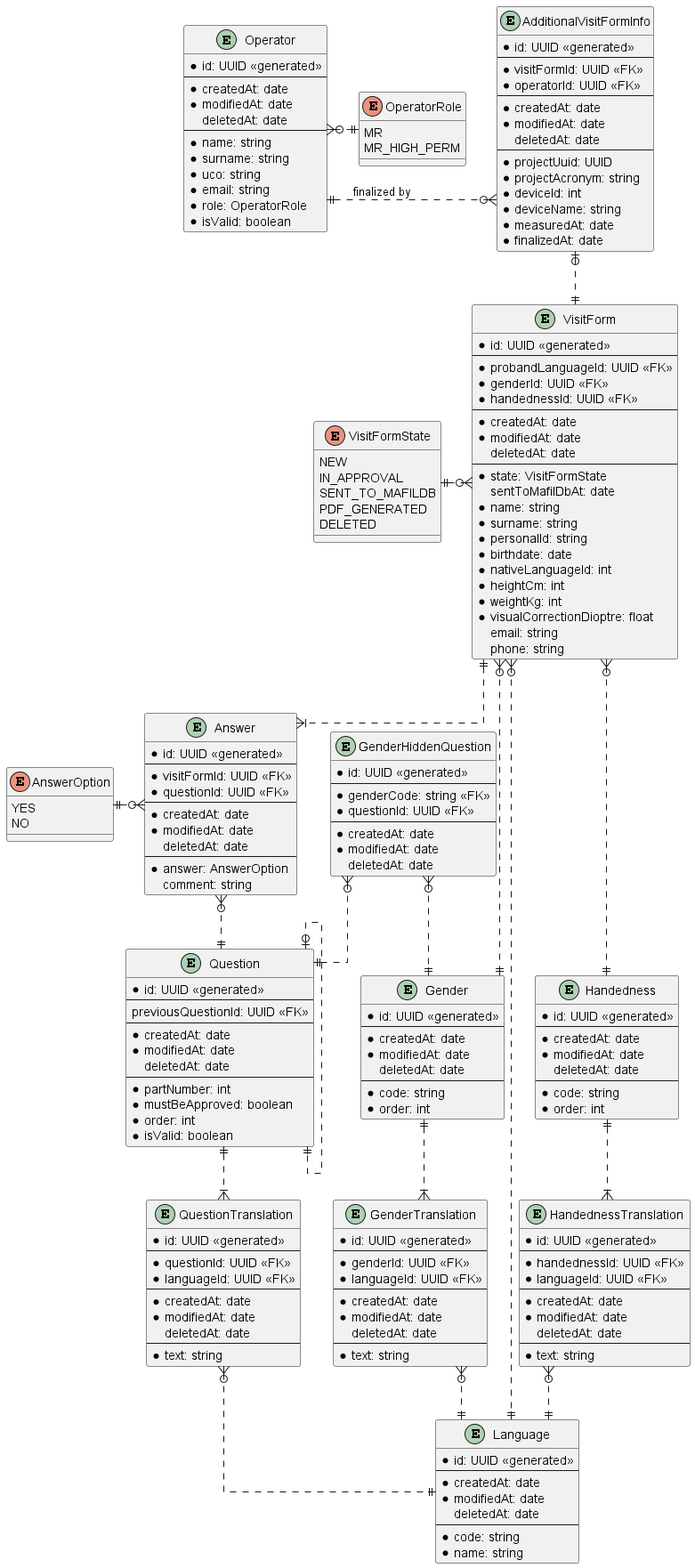
This is docs/ERD.png from lukas-kratochvil/mafil-proband-safety-questionnaire, a PlantUML export, as it was before one commit.
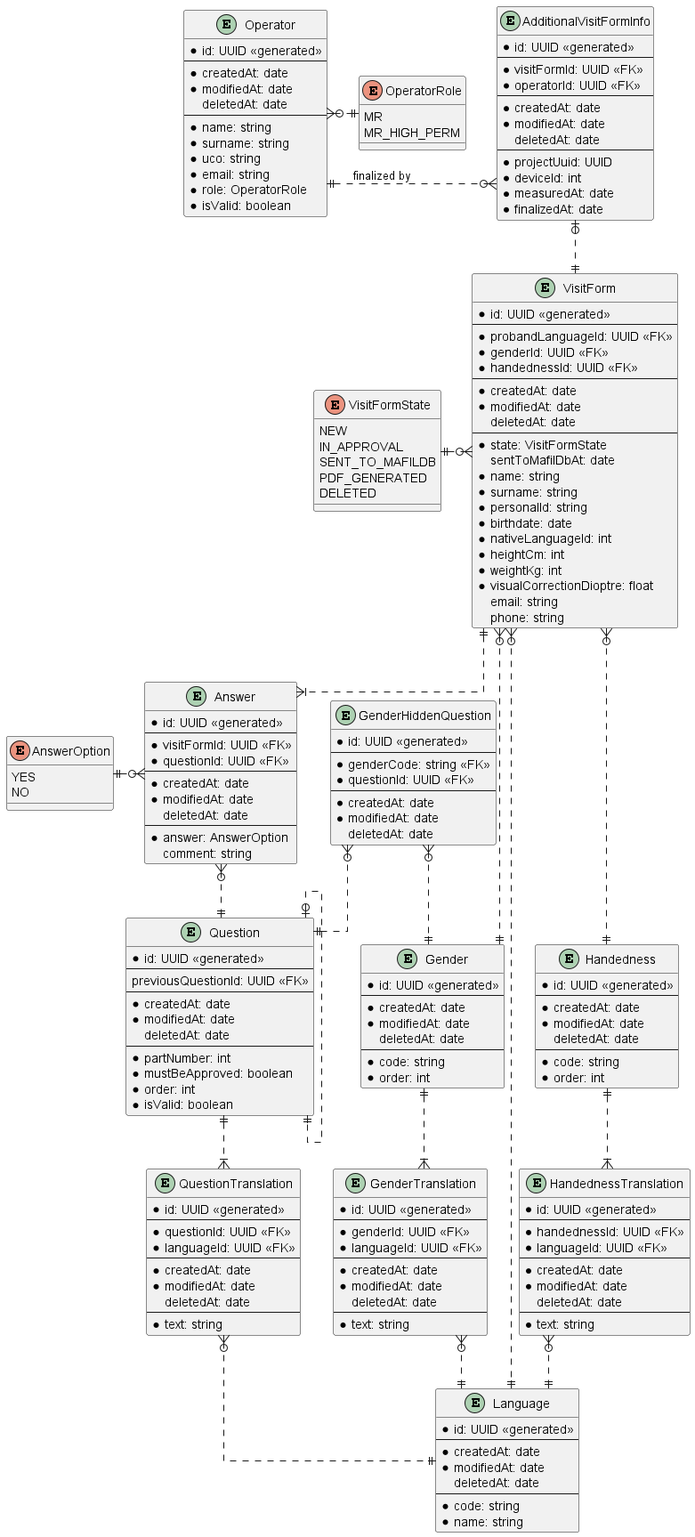
The same diagram one commit later.

Change to the diagram source:
```diff
@@ -66,9 +66,7 @@
   deletedAt: date
   ---
   * projectUuid: UUID
-  * projectAcronym: string
   * deviceId: int
-  * deviceName: string
   * measuredAt: date
   * finalizedAt: date
 }
```
